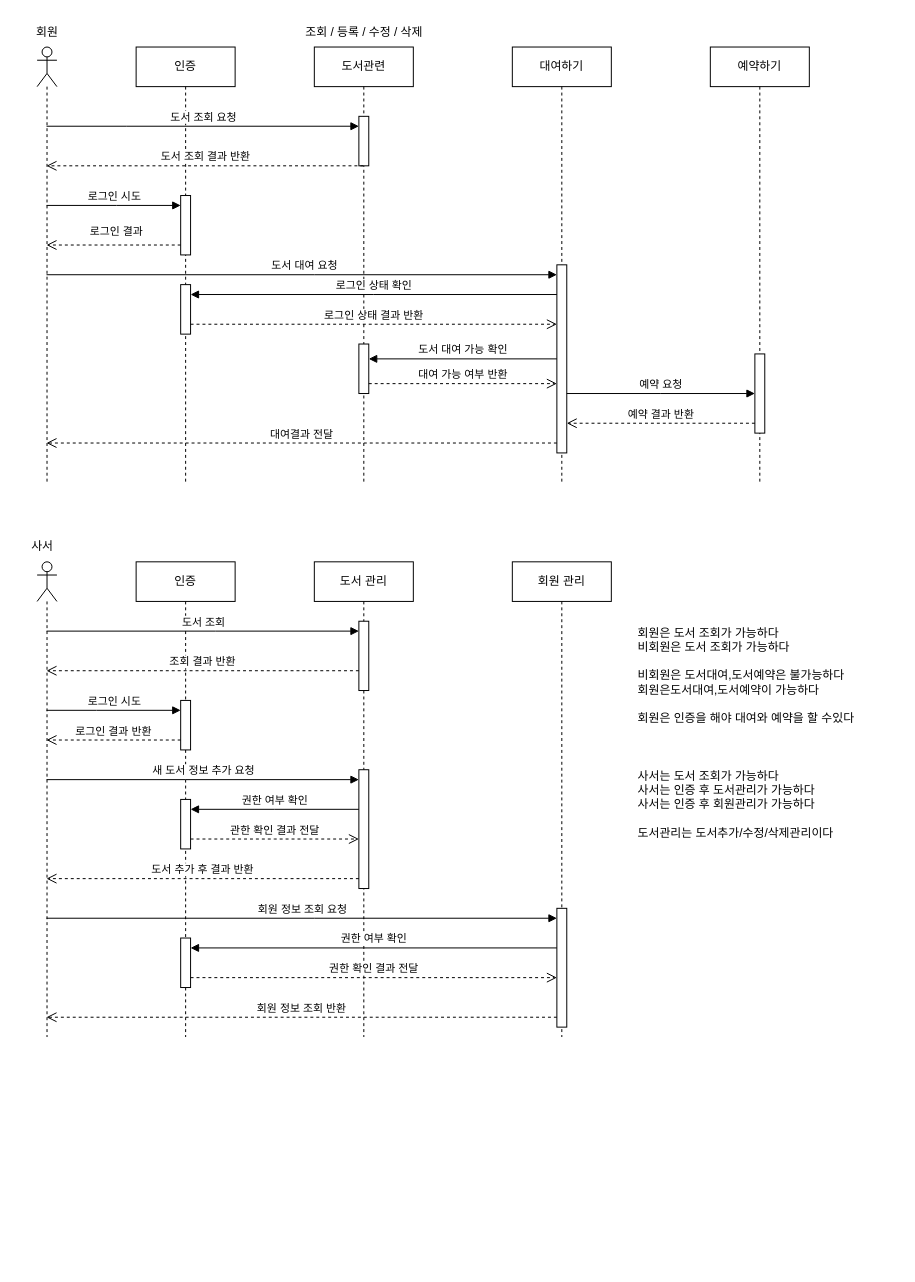
The draw.io diagram page "3[예제]시퀀스다이어그램" (3 of 4) of src/Ch38/Diagram.drawio in choideokhyeon/JAVA20220930, before the edit. Source tidied: cells renumbered, new cells numbered last; positions are measured from the earlier drawing's top-left corner, leaving out a move shared by most shapes. Both pictures are drawn from the tidied source at 99%, with x=0, y=0 at pixel (17, 17).
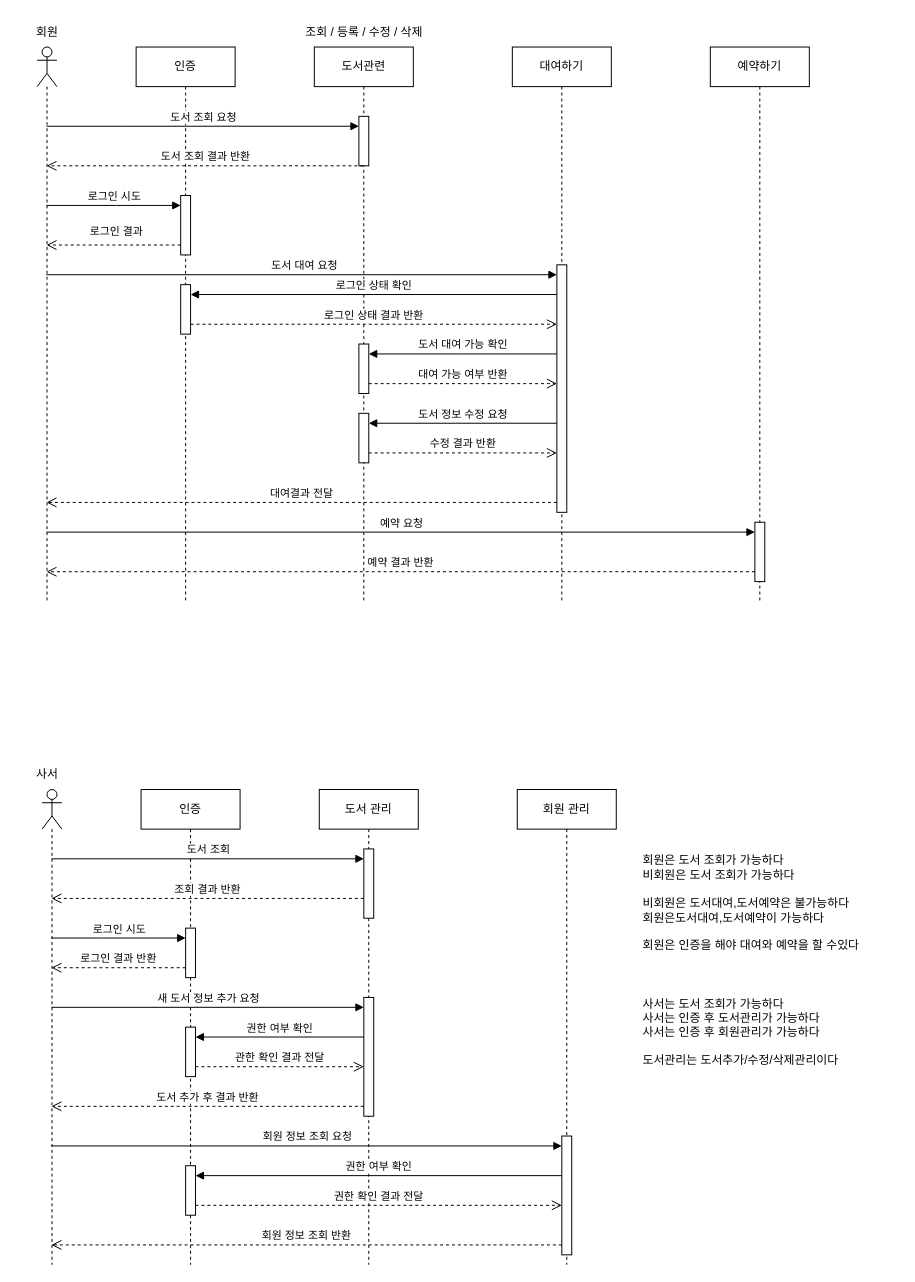
The same diagram, later.

The change refers to these unchanged cells:
```xml
<mxCell id="6" style="html=1;points=[];perimeter=orthogonalPerimeter;" parent="4" vertex="1">
  <mxGeometry x="45" y="300" width="10" height="50" as="geometry" />
</mxCell>
<mxCell id="28" style="html=1;points=[];perimeter=orthogonalPerimeter;" parent="27" vertex="1">
  <mxGeometry x="45" y="210" width="10" height="120" as="geometry" />
</mxCell>
<mxCell id="29" style="html=1;points=[];perimeter=orthogonalPerimeter;" parent="27" vertex="1">
  <mxGeometry x="45" y="60" width="10" height="70" as="geometry" />
</mxCell>
<mxCell id="31" style="html=1;points=[];perimeter=orthogonalPerimeter;" parent="30" vertex="1">
  <mxGeometry x="45" y="350" width="10" height="120" as="geometry" />
</mxCell>
<mxCell id="34" style="html=1;points=[];perimeter=orthogonalPerimeter;" parent="33" vertex="1">
  <mxGeometry x="45" y="140" width="10" height="50" as="geometry" />
</mxCell>
<mxCell id="35" style="html=1;points=[];perimeter=orthogonalPerimeter;" parent="33" vertex="1">
  <mxGeometry x="45" y="240" width="10" height="50" as="geometry" />
</mxCell>
<mxCell id="36" style="html=1;points=[];perimeter=orthogonalPerimeter;" parent="33" vertex="1">
  <mxGeometry x="45" y="380" width="10" height="50" as="geometry" />
</mxCell>
```

What changed in the source:
```diff
@@
     <mxCell id="2" style="shape=umlLifeline;participant=umlActor;perimeter=lifelinePerimeter;whiteSpace=wrap;html=1;verticalAlign=top;spacingTop=36;outlineConnect=0;" parent="1" vertex="1">
-      <mxGeometry x="20" y="30" width="20" height="440" as="geometry" />
+      <mxGeometry x="20" y="30" width="20" height="560" as="geometry" />
     </mxCell>
@@
     <mxCell id="4" value="도서관련" style="shape=umlLifeline;perimeter=lifelinePerimeter;whiteSpace=wrap;html=1;outlineConnect=0;" parent="1" vertex="1">
-      <mxGeometry x="300" y="30" width="100" height="440" as="geometry" />
+      <mxGeometry x="300" y="30" width="100" height="560" as="geometry" />
     </mxCell>
@@
+    <mxCell id="52" style="html=1;points=[];perimeter=orthogonalPerimeter;" parent="4" vertex="1">
+      <mxGeometry x="45" y="370" width="10" height="50" as="geometry" />
+    </mxCell>
     <mxCell id="7" value="대여하기" style="shape=umlLifeline;perimeter=lifelinePerimeter;whiteSpace=wrap;html=1;" parent="1" vertex="1">
-      <mxGeometry x="500" y="30" width="100" height="440" as="geometry" />
+      <mxGeometry x="500" y="30" width="100" height="560" as="geometry" />
     </mxCell>
     <mxCell id="8" style="html=1;points=[];perimeter=orthogonalPerimeter;" parent="7" vertex="1">
-      <mxGeometry x="45" y="220" width="10" height="190" as="geometry" />
+      <mxGeometry x="45" y="220" width="10" height="250" as="geometry" />
     </mxCell>
     <mxCell id="9" value="예약하기" style="shape=umlLifeline;perimeter=lifelinePerimeter;whiteSpace=wrap;html=1;" parent="1" vertex="1">
-      <mxGeometry x="700" y="30" width="100" height="440" as="geometry" />
+      <mxGeometry x="700" y="30" width="100" height="560" as="geometry" />
     </mxCell>
     <mxCell id="10" style="html=1;points=[];perimeter=orthogonalPerimeter;" parent="9" vertex="1">
-      <mxGeometry x="45" y="310" width="10" height="80" as="geometry" />
+      <mxGeometry x="45" y="480" width="10" height="60" as="geometry" />
     </mxCell>
     <mxCell id="11" value="인증" style="shape=umlLifeline;perimeter=lifelinePerimeter;whiteSpace=wrap;html=1;" parent="1" vertex="1">
-      <mxGeometry x="120" y="30" width="100" height="440" as="geometry" />
+      <mxGeometry x="120" y="30" width="100" height="560" as="geometry" />
     </mxCell>
@@
     <mxCell id="19" value="도서 대여 가능 확인" style="html=1;verticalAlign=bottom;endArrow=block;rounded=0;jumpSize=6;" parent="1" edge="1" source="8" target="6">
-      <mxGeometry relative="1" as="geometry" />
+      <mxGeometry relative="1" as="geometry">
+        <Array as="points">
+          <mxPoint x="450" y="340" />
+        </Array>
+      </mxGeometry>
     </mxCell>
     <mxCell id="20" value="대여 가능 여부 반환" style="html=1;verticalAlign=bottom;endArrow=open;dashed=1;endSize=8;rounded=0;jumpSize=6;" parent="1" edge="1" source="6" target="8">
       <mxGeometry relative="1" as="geometry">
         <Array as="points">
-          <mxPoint x="450" y="370" />
+          <mxPoint x="440" y="370" />
         </Array>
       </mxGeometry>
     </mxCell>
@@
     <mxCell id="22" value="대여결과 전달" style="html=1;verticalAlign=bottom;endArrow=open;dashed=1;endSize=8;rounded=0;jumpSize=6;" parent="1" edge="1" source="8" target="2">
       <mxGeometry relative="1" as="geometry">
         <Array as="points">
-          <mxPoint x="280" y="430" />
+          <mxPoint x="290" y="490" />
         </Array>
       </mxGeometry>
     </mxCell>
-    <mxCell id="23" value="예약 요청" style="html=1;verticalAlign=bottom;endArrow=block;rounded=0;jumpSize=6;" parent="1" edge="1" source="8" target="10">
+    <mxCell id="23" value="예약 요청" style="html=1;verticalAlign=bottom;endArrow=block;rounded=0;jumpSize=6;" parent="1" edge="1" source="2" target="10">
       <mxGeometry relative="1" as="geometry">
         <Array as="points">
-          <mxPoint x="650" y="380" />
+          <mxPoint x="350" y="520" />
         </Array>
       </mxGeometry>
     </mxCell>
-    <mxCell id="24" value="예약 결과 반환" style="html=1;verticalAlign=bottom;endArrow=open;dashed=1;endSize=8;rounded=0;jumpSize=6;" parent="1" edge="1" source="10" target="8">
+    <mxCell id="24" value="예약 결과 반환" style="html=1;verticalAlign=bottom;endArrow=open;dashed=1;endSize=8;rounded=0;jumpSize=6;" parent="1" edge="1" source="10" target="2">
       <mxGeometry relative="1" as="geometry">
         <Array as="points">
-          <mxPoint x="650" y="410" />
+          <mxPoint x="360" y="560" />
         </Array>
       </mxGeometry>
     </mxCell>
     <mxCell id="25" style="shape=umlLifeline;participant=umlActor;perimeter=lifelinePerimeter;whiteSpace=wrap;html=1;verticalAlign=top;spacingTop=36;outlineConnect=0;" parent="1" vertex="1">
-      <mxGeometry x="20" y="550" width="20" height="480" as="geometry" />
+      <mxGeometry x="25" y="780" width="20" height="480" as="geometry" />
     </mxCell>
     <mxCell id="26" value="사서" style="text;html=1;align=center;verticalAlign=middle;strokeColor=none;fillColor=none;" parent="1" vertex="1">
-      <mxGeometry y="520" width="50" height="30" as="geometry" />
+      <mxGeometry x="5" y="750" width="50" height="30" as="geometry" />
     </mxCell>
     <mxCell id="27" value="도서 관리" style="shape=umlLifeline;perimeter=lifelinePerimeter;whiteSpace=wrap;html=1;" parent="1" vertex="1">
-      <mxGeometry x="300" y="550" width="100" height="480" as="geometry" />
+      <mxGeometry x="305" y="780" width="100" height="480" as="geometry" />
     </mxCell>
@@
     <mxCell id="30" value="회원 관리" style="shape=umlLifeline;perimeter=lifelinePerimeter;whiteSpace=wrap;html=1;" parent="1" vertex="1">
-      <mxGeometry x="500" y="550" width="100" height="480" as="geometry" />
+      <mxGeometry x="505" y="780" width="100" height="480" as="geometry" />
     </mxCell>
@@
     <mxCell id="32" value="&lt;div style=&quot;&quot;&gt;&lt;span style=&quot;background-color: initial;&quot;&gt;사서는 도서 조회가 가능하다&lt;/span&gt;&lt;/div&gt;&lt;div style=&quot;&quot;&gt;&lt;span style=&quot;background-color: initial;&quot;&gt;사서는 인증 후 도서관리가 가능하다&lt;/span&gt;&lt;/div&gt;&lt;div style=&quot;&quot;&gt;사서는 인증 후 회원관리가 가능하다&lt;/div&gt;&lt;div style=&quot;&quot;&gt;&lt;br&gt;&lt;/div&gt;&lt;div style=&quot;&quot;&gt;도서관리는 도서추가/수정/삭제관리이다&lt;/div&gt;" style="text;html=1;align=left;verticalAlign=middle;strokeColor=none;fillColor=none;" parent="1" vertex="1">
-      <mxGeometry x="625" y="750" width="240" height="90" as="geometry" />
+      <mxGeometry x="630" y="980" width="240" height="90" as="geometry" />
     </mxCell>
     <mxCell id="33" value="인증" style="shape=umlLifeline;perimeter=lifelinePerimeter;whiteSpace=wrap;html=1;" parent="1" vertex="1">
-      <mxGeometry x="120" y="550" width="100" height="480" as="geometry" />
+      <mxGeometry x="125" y="780" width="100" height="480" as="geometry" />
     </mxCell>
@@
     <mxCell id="37" value="회원은 도서 조회가 가능하다&lt;br&gt;비회원은 도서 조회가 가능하다&lt;br&gt;&lt;br&gt;비회원은 도서대여,도서예약은 불가능하다&lt;br&gt;회원은도서대여,도서예약이 가능하다&lt;br&gt;&lt;br&gt;회원은 인증을 해야 대여와 예약을 할 수있다" style="text;html=1;align=left;verticalAlign=middle;strokeColor=none;fillColor=none;" parent="1" vertex="1">
-      <mxGeometry x="625" y="610" width="260" height="110" as="geometry" />
+      <mxGeometry x="630" y="840" width="260" height="110" as="geometry" />
     </mxCell>
     <mxCell id="38" value="로그인 시도" style="html=1;verticalAlign=bottom;endArrow=block;rounded=0;jumpSize=6;" parent="1" edge="1" source="25" target="34">
       <mxGeometry relative="1" as="geometry">
         <Array as="points">
-          <mxPoint x="80" y="700" />
+          <mxPoint x="85" y="930" />
         </Array>
       </mxGeometry>
     </mxCell>
     <mxCell id="39" value="로그인 결과 반환" style="html=1;verticalAlign=bottom;endArrow=open;dashed=1;endSize=8;rounded=0;jumpSize=6;" parent="1" edge="1" source="34" target="25">
       <mxGeometry relative="1" as="geometry">
         <Array as="points">
-          <mxPoint x="90" y="730" />
+          <mxPoint x="95" y="960" />
         </Array>
       </mxGeometry>
     </mxCell>
     <mxCell id="40" value="새 도서 정보 추가 요청" style="html=1;verticalAlign=bottom;endArrow=block;rounded=0;jumpSize=6;" parent="1" edge="1" source="25" target="28">
       <mxGeometry relative="1" as="geometry">
         <Array as="points">
-          <mxPoint x="170" y="770" />
+          <mxPoint x="175" y="1000" />
         </Array>
       </mxGeometry>
     </mxCell>
     <mxCell id="41" value="도서 추가 후 결과 반환" style="html=1;verticalAlign=bottom;endArrow=open;dashed=1;endSize=8;rounded=0;jumpSize=6;" parent="1" edge="1" source="28" target="25">
       <mxGeometry relative="1" as="geometry">
         <Array as="points">
-          <mxPoint x="200" y="870" />
+          <mxPoint x="205" y="1100" />
         </Array>
       </mxGeometry>
     </mxCell>
     <mxCell id="42" value="회원 정보 조회 요청" style="html=1;verticalAlign=bottom;endArrow=block;rounded=0;jumpSize=6;" parent="1" edge="1" source="25" target="31">
       <mxGeometry relative="1" as="geometry">
         <Array as="points">
-          <mxPoint x="300" y="910" />
+          <mxPoint x="305" y="1140" />
         </Array>
       </mxGeometry>
     </mxCell>
     <mxCell id="43" value="회원 정보 조회 반환" style="html=1;verticalAlign=bottom;endArrow=open;dashed=1;endSize=8;rounded=0;jumpSize=6;" parent="1" edge="1" source="31" target="25">
       <mxGeometry relative="1" as="geometry">
         <Array as="points">
-          <mxPoint x="290" y="1010" />
+          <mxPoint x="295" y="1240" />
         </Array>
       </mxGeometry>
     </mxCell>
@@
     <mxCell id="46" value="권한 여부 확인" style="html=1;verticalAlign=bottom;endArrow=block;rounded=0;jumpSize=6;" parent="1" edge="1" source="31" target="36">
       <mxGeometry relative="1" as="geometry">
         <Array as="points">
-          <mxPoint x="350" y="940" />
+          <mxPoint x="355" y="1170" />
         </Array>
       </mxGeometry>
     </mxCell>
     <mxCell id="47" value="권한 확인 결과 전달" style="html=1;verticalAlign=bottom;endArrow=open;dashed=1;endSize=8;rounded=0;jumpSize=6;" parent="1" edge="1" source="36" target="31">
       <mxGeometry relative="1" as="geometry">
         <Array as="points">
-          <mxPoint x="350" y="970" />
+          <mxPoint x="355" y="1200" />
         </Array>
       </mxGeometry>
     </mxCell>
     <mxCell id="48" value="도서 조회" style="html=1;verticalAlign=bottom;endArrow=block;rounded=0;jumpSize=6;" parent="1" edge="1" source="25" target="29">
       <mxGeometry relative="1" as="geometry">
         <Array as="points">
-          <mxPoint x="200" y="620" />
+          <mxPoint x="205" y="850" />
         </Array>
       </mxGeometry>
     </mxCell>
     <mxCell id="49" value="조회 결과 반환" style="html=1;verticalAlign=bottom;endArrow=open;dashed=1;endSize=8;rounded=0;jumpSize=6;" parent="1" edge="1" source="29" target="25">
       <mxGeometry relative="1" as="geometry">
         <Array as="points">
-          <mxPoint x="190" y="660" />
+          <mxPoint x="195" y="890" />
         </Array>
       </mxGeometry>
     </mxCell>
     <mxCell id="50" value="권한 여부 확인" style="html=1;verticalAlign=bottom;endArrow=block;rounded=0;jumpSize=6;" parent="1" edge="1" source="28" target="35">
       <mxGeometry relative="1" as="geometry">
         <Array as="points">
-          <mxPoint x="260" y="800" />
+          <mxPoint x="265" y="1030" />
         </Array>
       </mxGeometry>
     </mxCell>
     <mxCell id="51" value="관한 확인 결과 전달" style="html=1;verticalAlign=bottom;endArrow=open;dashed=1;endSize=8;rounded=0;jumpSize=6;" parent="1" edge="1" source="35" target="28">
       <mxGeometry relative="1" as="geometry">
         <Array as="points">
-          <mxPoint x="260" y="830" />
+          <mxPoint x="265" y="1060" />
         </Array>
       </mxGeometry>
     </mxCell>
+    <mxCell id="53" value="도서 정보 수정 요청" style="html=1;verticalAlign=bottom;endArrow=block;rounded=0;jumpSize=6;" parent="1" edge="1" source="8" target="52">
+      <mxGeometry relative="1" as="geometry">
+        <Array as="points">
+          <mxPoint x="450" y="410" />
+        </Array>
+      </mxGeometry>
+    </mxCell>
+    <mxCell id="54" value="수정 결과 반환" style="html=1;verticalAlign=bottom;endArrow=open;dashed=1;endSize=8;rounded=0;jumpSize=6;" parent="1" edge="1" source="52" target="8">
+      <mxGeometry relative="1" as="geometry">
+        <Array as="points">
+          <mxPoint x="450" y="440" />
+        </Array>
+      </mxGeometry>
+    </mxCell>
```
